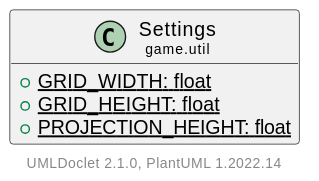
Before: doc/javadoc/game/util/Settings.svg, a diagram exported from PlantUML (Hirschiii/JavaGameEngine). The source it was exported from:
```plantuml
@startuml
    set namespaceSeparator none
    hide empty fields
    hide empty methods

    class "<size:14>Settings\n<size:10>game.util" as game.util.Settings [[Settings.html]] {
        {static} +GRID_WIDTH: float
        {static} +GRID_HEIGHT: float
        {static} +PROJECTION_HEIGHT: float
    }

    center footer UMLDoclet 2.1.0, PlantUML %version()
@enduml
```
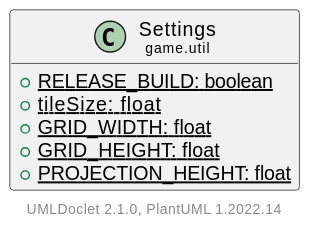
Later version of the same file.

Change to the diagram source:
```diff
@@ -4,6 +4,8 @@
     hide empty methods
 
     class "<size:14>Settings\n<size:10>game.util" as game.util.Settings [[Settings.html]] {
+        {static} +RELEASE_BUILD: boolean
+        {static} +tileSize: float
         {static} +GRID_WIDTH: float
         {static} +GRID_HEIGHT: float
         {static} +PROJECTION_HEIGHT: float
```
